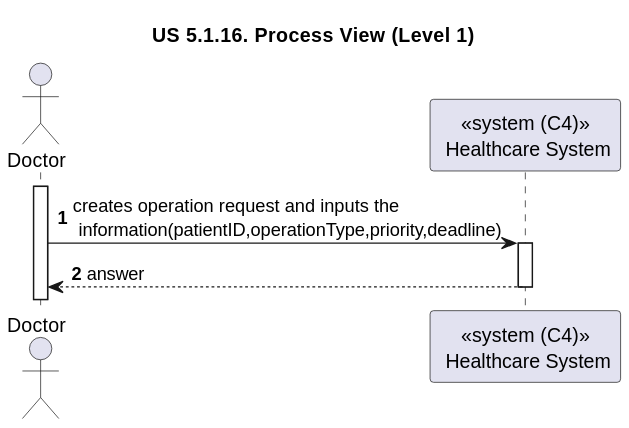
Before: docs/sprint-2/1221933/us-6.2.14/diagrams/n1/process-view-nivel1.svg, a diagram exported from PlantUML (rita-barbosa/LAPR5-2425). Source of this version:
```plantuml
@startuml

title "US 5.1.16. Process View (Level 1)"

autonumber
actor Doctor as DOC
participant "<<system (C4)>>\n Healthcare System" as SYS

activate DOC

DOC -> SYS : creates operation request and inputs the\n information(patientID,operationType,priority,deadline)
activate SYS

SYS --> DOC : answer
deactivate SYS
@enduml
```
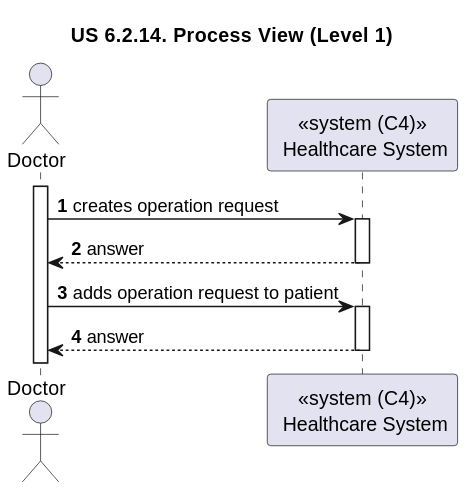
Later version of the same file.

Commit message:
DG38-342 | docs: adds process view of design.

The edit, as a diff of the source:
```diff
@@ -1,6 +1,6 @@
 @startuml
 
-title "US 5.1.16. Process View (Level 1)"
+title "US 6.2.14. Process View (Level 1)"
 
 autonumber
 actor Doctor as DOC
@@ -8,7 +8,13 @@
 
 activate DOC
 
-DOC -> SYS : creates operation request and inputs the\n information(patientID,operationType,priority,deadline)
+DOC -> SYS : creates operation request
+activate SYS
+
+SYS --> DOC : answer
+deactivate SYS
+
+DOC -> SYS : adds operation request to patient
 activate SYS
 
 SYS --> DOC : answer
```
